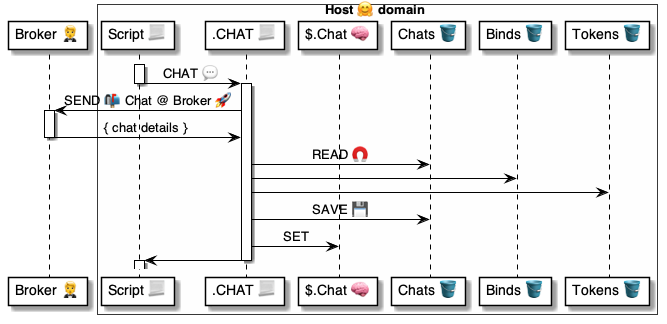
Above: 4 ⚙️ Solution/41 🎭 Domain Roles/Hosts 🤗/🤗⌘ Host cmds/CHAT 💬/💬 CHAT ⚙️ uml.png in pollyweb-org/pollyweb-docs (PlantUML), before the change. Its source is kept beside it as 4 ⚙️ Solution/41 🎭 Domain Roles/Hosts 🤗/🤗⌘ Host cmds/CHAT 💬/💬 CHAT ⚙️ uml.puml.
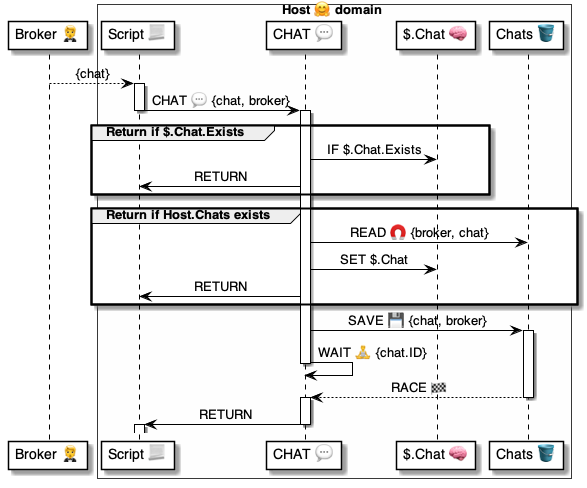
Later version of the same file.

Diff of the diagram source:
```diff
@@ -3,33 +3,42 @@
 participant  "Broker 🤵" as broker
 box Host 🤗 domain #FFFFFA
     participant "Script 📃" as script
-    participant ".CHAT 📃" as engine
+    participant "CHAT 💬" as CHAT
     participant "$.Chat 🧠" as holder
-    participant "Chats 🪣" as table
-    participant "Binds 🪣" as binds
-    participant "Tokens 🪣" as tokens
+    participant "Chats 🪣" as chats
 end box
 
 
+broker --> script: {chat}
 
 activate script
-    script -> engine: CHAT 💬
+    script -> CHAT: CHAT 💬 {chat, broker}
 deactivate script
 
-activate engine
-    engine -> broker: SEND 📬 Chat @ Broker 🚀
+activate CHAT
 
-    activate broker
-        broker -> engine: { chat details }
-    deactivate broker
+    group Return if $.Chat.Exists
+        CHAT -> holder: IF $.Chat.Exists
+        CHAT -> script: RETURN
+    end group
 
-    engine -> table: READ 🧲
-    engine -> binds:
-    engine -> tokens:
-    engine -> table: SAVE 💾
-    engine -> holder: SET
-    engine -> script:
-deactivate engine
+    group Return if Host.Chats exists
+        CHAT -> chats: READ 🧲 {broker, chat}
+        CHAT -> holder: SET $.Chat
+        CHAT -> script: RETURN
+    end group
+
+    CHAT -> chats: SAVE 💾 {chat, broker}
+activate chats
+    CHAT -> CHAT: WAIT 🧘 {chat.ID}
+deactivate CHAT
+
+    chats --> CHAT: RACE 🏁
+deactivate chats
+
+activate CHAT
+    CHAT -> script: RETURN
+deactivate CHAT
 
 activate script
 deactivate script
```
